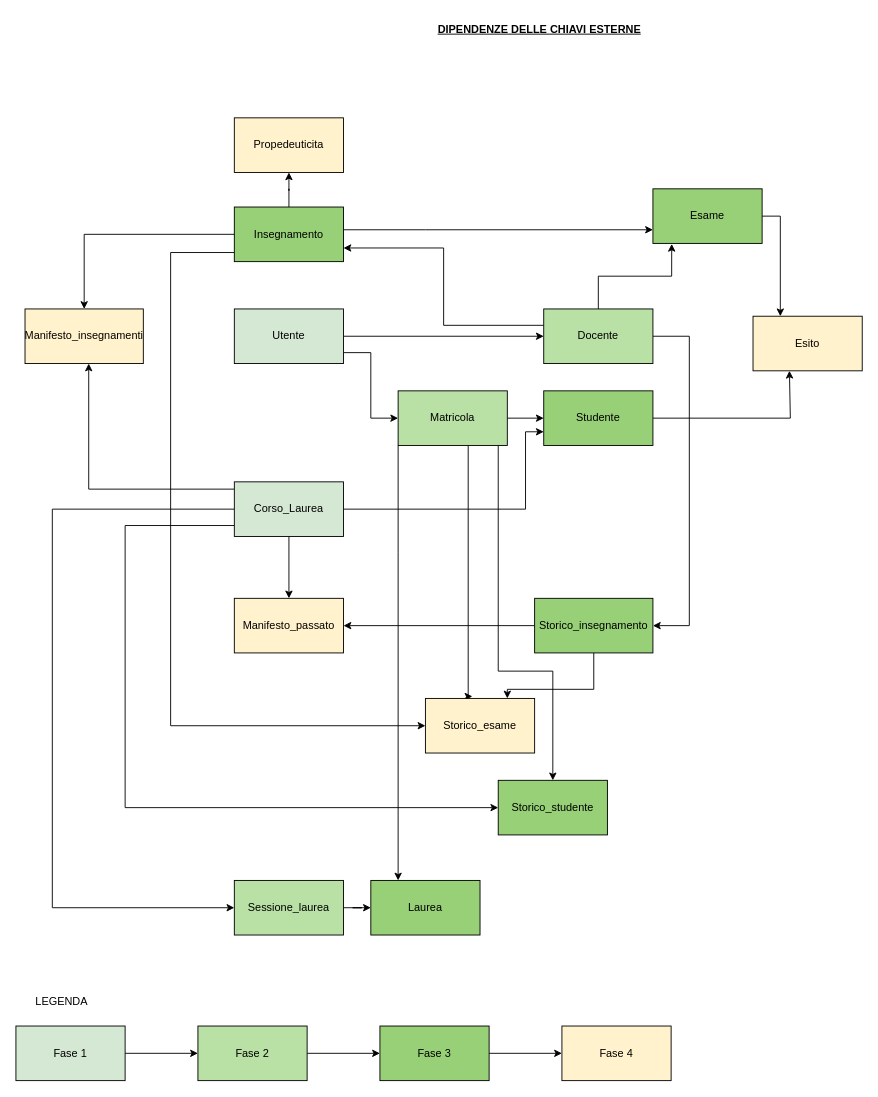
This is page "Dipendenze chiavi esterne" (3 of 3) of uni.drawio from michelebolis/UniversityExamSystem, a draw.io file, before an edit. Source tidied: cells renumbered, new cells numbered last; positions are measured from the earlier drawing's top-left corner, leaving out a move shared by most shapes. Both pictures are drawn from the tidied source at 91%, with x=0, y=0 at pixel (15, 15).
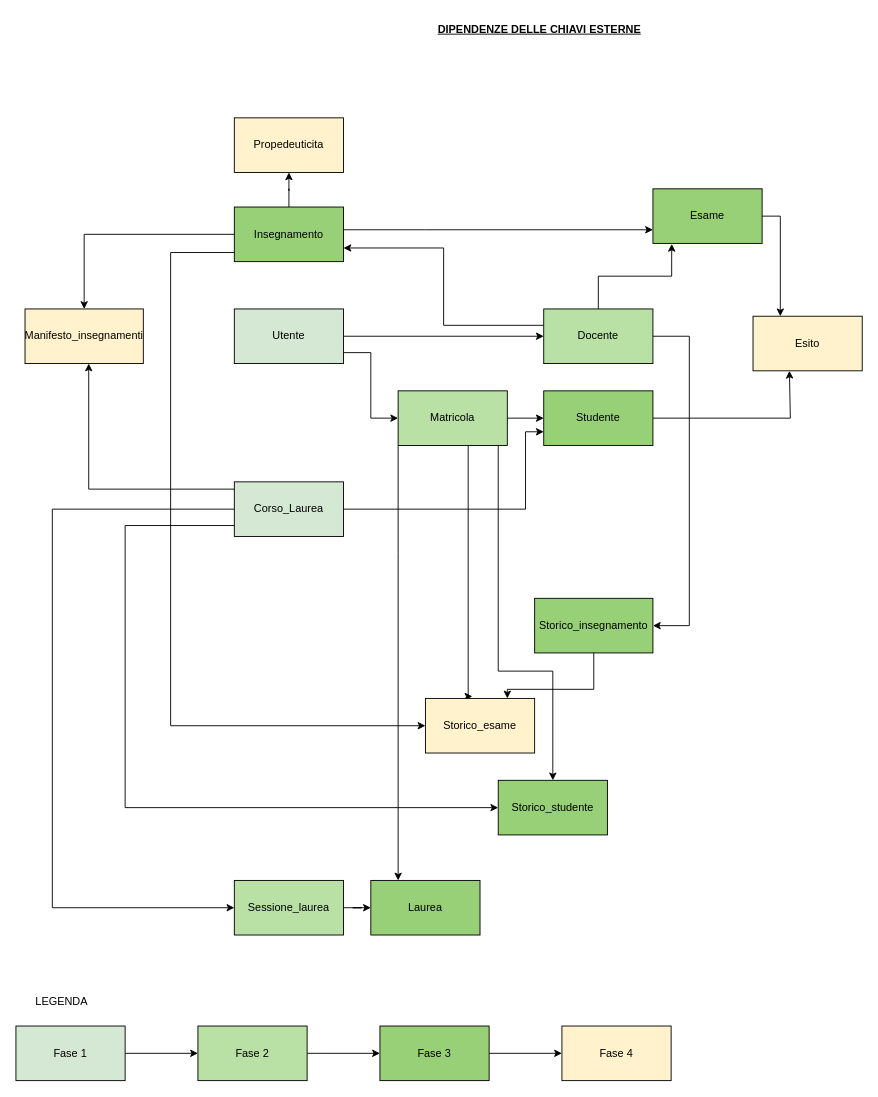
The same page after the edit.

The change refers to these unchanged cells:
```xml
<mxCell id="21" value="Corso_Laurea" style="rounded=0;whiteSpace=wrap;html=1;fillColor=#D5E8D4;" parent="1" vertex="1">
  <mxGeometry x="240" y="512" width="120" height="60" as="geometry" />
</mxCell>
<mxCell id="35" value="Storico_insegnamento" style="whiteSpace=wrap;html=1;fillColor=#97D077;" parent="1" vertex="1">
  <mxGeometry x="570" y="640" width="130" height="60" as="geometry" />
</mxCell>
```

Diff of the diagram source:
```diff
@@
-    <mxCell id="18" style="edgeStyle=orthogonalEdgeStyle;rounded=0;jettySize=auto;html=1;entryX=0.5;entryY=0;entryDx=0;entryDy=0;" parent="1" edge="1" source="21" target="32">
-      <mxGeometry relative="1" as="geometry" />
-    </mxCell>
@@
-    <mxCell id="32" value="Manifesto_passato" style="whiteSpace=wrap;html=1;fillColor=#FFF2CC;" parent="1" vertex="1">
-      <mxGeometry x="240" y="640" width="120" height="60" as="geometry" />
-    </mxCell>
-    <mxCell id="33" style="edgeStyle=orthogonalEdgeStyle;rounded=0;jettySize=auto;html=1;entryX=1;entryY=0.5;entryDx=0;entryDy=0;" parent="1" edge="1" source="35" target="32">
-      <mxGeometry relative="1" as="geometry" />
-    </mxCell>
```
